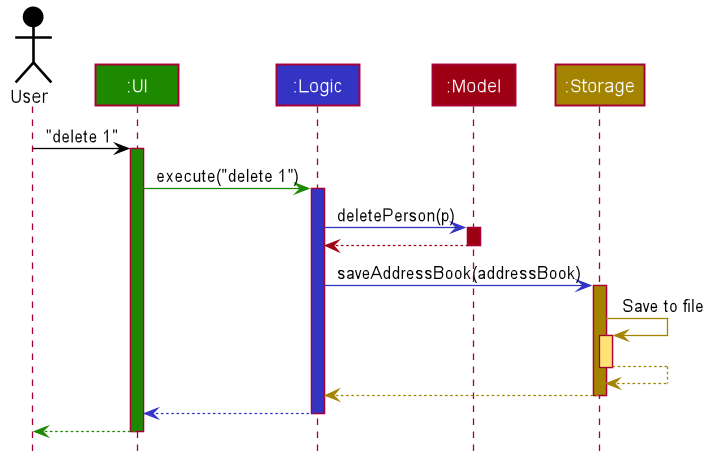
Above: docs/images/ArchitectureSequenceDiagram.png in nus-cs2103-AY2122S1/tp (PlantUML), before the change.
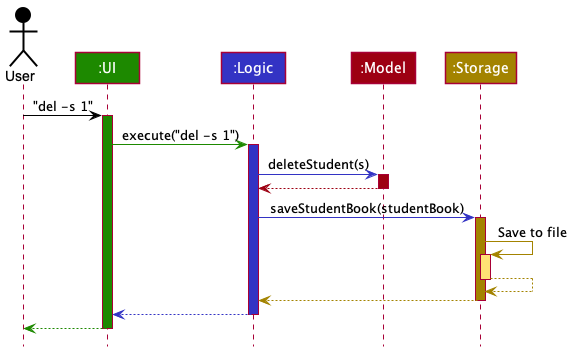
The same diagram one commit later.

Diff of the diagram source:
```diff
@@ -1,85 +1,38 @@
 @startuml
+!include style.puml
 
+Actor User as user USER_COLOR
+Participant ":UI" as ui UI_COLOR
+Participant ":Logic" as logic LOGIC_COLOR
+Participant ":Model" as model MODEL_COLOR
+Participant ":Storage" as storage STORAGE_COLOR
 
+user -[USER_COLOR]> ui : "del -s 1"
+activate ui UI_COLOR
 
+ui -[UI_COLOR]> logic : execute("del -s 1")
+activate logic LOGIC_COLOR
 
+logic -[LOGIC_COLOR]> model : deleteStudent(s)
+activate model MODEL_COLOR
 
-
-
-
-skinparam BackgroundColor #FFFFFFF
-
-skinparam Shadowing false
-
-skinparam Class {
-    FontColor #FFFFFF
-    BorderThickness 1
-    BorderColor #FFFFFF
-    StereotypeFontColor #FFFFFF
-    FontName Arial
-}
-
-skinparam Actor {
-    BorderColor #000000
-    Color #000000
-    FontName Arial
-}
-
-skinparam Sequence {
-    MessageAlign center
-    BoxFontSize 15
-    BoxPadding 0
-    BoxFontColor #FFFFFF
-    FontName Arial
-}
-
-skinparam Participant {
-    FontColor #FFFFFFF
-    Padding 20
-}
-
-skinparam MinClassWidth 50
-skinparam ParticipantPadding 10
-skinparam Shadowing false
-skinparam DefaultTextAlignment center
-skinparam packageStyle Rectangle
-
-hide footbox
-hide members
-hide circle
-
-Actor User as user #000000
-Participant ":UI" as ui #1D8900
-Participant ":Logic" as logic #3333C4
-Participant ":Model" as model #9D0012
-Participant ":Storage" as storage #A38300
-
-user -[#000000]> ui : "delete 1"
-activate ui #1D8900
-
-ui -[#1D8900]> logic : execute("delete 1")
-activate logic #3333C4
-
-logic -[#3333C4]> model : deletePerson(p)
-activate model #9D0012
-
-model -[#9D0012]-> logic
+model -[MODEL_COLOR]-> logic
 deactivate model
 
-logic -[#3333C4]> storage : saveAddressBook(addressBook)
-activate storage #A38300
+logic -[LOGIC_COLOR]> storage : saveStudentBook(studentBook)
+activate storage STORAGE_COLOR
 
-storage -[#A38300]> storage : Save to file
-activate storage #FFE374
-storage --[#A38300]> storage
+storage -[STORAGE_COLOR]> storage : Save to file
+activate storage STORAGE_COLOR_T1
+storage --[STORAGE_COLOR]> storage
 deactivate storage
 
-storage --[#A38300]> logic
+storage --[STORAGE_COLOR]> logic
 deactivate storage
 
-logic --[#3333C4]> ui
+logic --[LOGIC_COLOR]> ui
 deactivate logic
 
-ui--[#1D8900]> user
+ui--[UI_COLOR]> user
 deactivate ui
 @enduml
```
